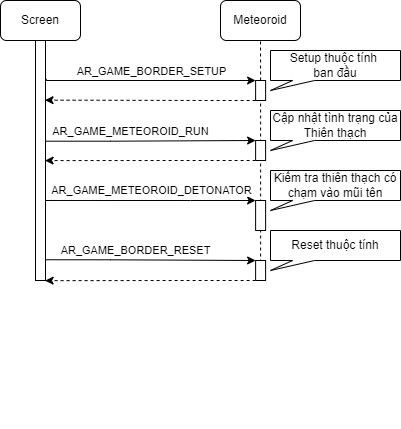
QuocBuu/tai_lieu_archery_game keeps this draw.io diagram as images/meteoroid_sequence.png. Above is the earlier version. Source tidied: cells renumbered, new cells last; positions are measured from the earlier drawing's top-left corner, leaving out a move shared by most shapes.
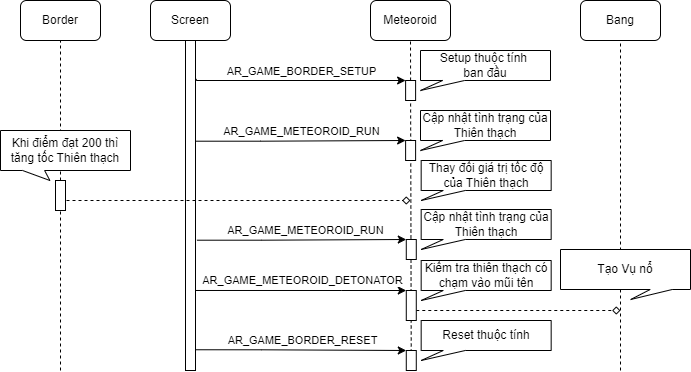
Later version of the same file.

What changed in the source:
```diff
@@ -30,27 +30,26 @@
     <mxCell id="8" style="endArrow=none;dashed=1;html=1;rounded=0;entryX=0.5;entryY=1;entryDx=0;entryDy=0;exitX=0.5;exitY=1;exitDx=0;exitDy=0;" parent="1" edge="1" source="17" target="10">
       <mxGeometry relative="1" as="geometry" />
     </mxCell>
-    <mxCell id="9" style="edgeStyle=orthogonalEdgeStyle;rounded=0;jettySize=auto;html=1;exitX=0;exitY=1;exitDx=0;exitDy=0;entryX=0.953;entryY=0.157;entryDx=0;entryDy=0;entryPerimeter=0;dashed=1;" parent="1" edge="1" source="10">
-      <mxGeometry relative="1" as="geometry">
-        <mxPoint x="44.5" y="99.7" as="targetPoint" />
-        <Array as="points">
-          <mxPoint x="210" y="100" />
-          <mxPoint x="210" y="100" />
-        </Array>
-      </mxGeometry>
-    </mxCell>
     <mxCell id="10" style="rounded=0;whiteSpace=wrap;html=1;" parent="1" vertex="1">
       <mxGeometry x="255.1" y="80" width="10" height="20" as="geometry" />
     </mxCell>
+    <mxCell id="28" style="edgeStyle=orthogonalEdgeStyle;rounded=0;jettySize=auto;html=1;dashed=1;endArrow=diamond;endFill=0;" parent="1" edge="1" source="11">
+      <mxGeometry relative="1" as="geometry">
+        <mxPoint x="470" y="310" as="targetPoint" />
+        <Array as="points">
+          <mxPoint x="470" y="310" />
+        </Array>
+      </mxGeometry>
+    </mxCell>
     <mxCell id="11" style="rounded=0;whiteSpace=wrap;html=1;" parent="1" vertex="1">
-      <mxGeometry x="255.1" y="200" width="10" height="30" as="geometry" />
+      <mxGeometry x="255.8" y="290" width="10" height="30" as="geometry" />
     </mxCell>
     <mxCell id="12" style="edgeStyle=orthogonalEdgeStyle;rounded=0;jettySize=auto;html=1;entryX=0;entryY=0;entryDx=0;entryDy=0;exitX=0.983;exitY=0.421;exitDx=0;exitDy=0;exitPerimeter=0;" parent="1" edge="1" target="11">
       <mxGeometry relative="1" as="geometry">
-        <mxPoint x="44.8" y="200" as="sourcePoint" />
+        <mxPoint x="45.5" y="290" as="sourcePoint" />
         <Array as="points">
-          <mxPoint x="190" y="200" />
-          <mxPoint x="190" y="200" />
+          <mxPoint x="190.7" y="290" />
+          <mxPoint x="190.7" y="290" />
         </Array>
       </mxGeometry>
     </mxCell>
@@ -61,27 +60,19 @@
     </mxCell>
     <mxCell id="14" style="edgeStyle=orthogonalEdgeStyle;rounded=0;jettySize=auto;html=1;entryX=0;entryY=0;entryDx=0;entryDy=0;exitX=0.933;exitY=0.577;exitDx=0;exitDy=0;exitPerimeter=0;" parent="1" edge="1" target="17">
       <mxGeometry relative="1" as="geometry">
-        <mxPoint x="44.3" y="259.3" as="sourcePoint" />
+        <mxPoint x="45" y="349.3" as="sourcePoint" />
         <Array as="points">
-          <mxPoint x="110" y="259" />
+          <mxPoint x="110.7" y="349" />
         </Array>
       </mxGeometry>
     </mxCell>
     <mxCell id="15" value="AR_GAME_BORDER_RESET" style="edgeLabel;html=1;align=center;verticalAlign=middle;" parent="14" vertex="1">
       <mxGeometry x="-0.03" y="-2" relative="1" as="geometry">
-        <mxPoint x="-12" y="-12" as="offset" />
+        <mxPoint x="5" y="-12" as="offset" />
       </mxGeometry>
     </mxCell>
-    <mxCell id="16" style="edgeStyle=orthogonalEdgeStyle;rounded=0;jettySize=auto;html=1;exitX=0;exitY=1;exitDx=0;exitDy=0;dashed=1;entryX=0.961;entryY=0.632;entryDx=0;entryDy=0;entryPerimeter=0;" parent="1" edge="1" source="17">
-      <mxGeometry relative="1" as="geometry">
-        <mxPoint x="44.6" y="280.2" as="targetPoint" />
-        <Array as="points">
-          <mxPoint x="180" y="280" />
-        </Array>
-      </mxGeometry>
-    </mxCell>
     <mxCell id="17" style="rounded=0;whiteSpace=wrap;html=1;" parent="1" vertex="1">
-      <mxGeometry x="255.1" y="260" width="10" height="20" as="geometry" />
+      <mxGeometry x="255.8" y="350" width="10" height="20" as="geometry" />
     </mxCell>
     <mxCell id="18" value="Setup thuộc tính&amp;nbsp;&lt;br&gt;ban đầu" style="shape=callout;whiteSpace=wrap;html=1;perimeter=calloutPerimeter;position2=0;base=22;size=10;position=0.17;" parent="1" vertex="1">
       <mxGeometry x="270" y="50" width="130" height="40" as="geometry" />
@@ -96,17 +87,9 @@
     </mxCell>
     <mxCell id="20" value="AR_GAME_METEOROID_RUN" style="edgeLabel;html=1;align=center;verticalAlign=middle;" parent="19" vertex="1">
       <mxGeometry x="-0.03" y="-2" relative="1" as="geometry">
-        <mxPoint x="-17" y="-12" as="offset" />
+        <mxPoint x="4" y="-12" as="offset" />
       </mxGeometry>
     </mxCell>
-    <mxCell id="21" style="edgeStyle=orthogonalEdgeStyle;rounded=0;jettySize=auto;html=1;exitX=0;exitY=1;exitDx=0;exitDy=0;dashed=1;entryX=0.959;entryY=0.316;entryDx=0;entryDy=0;entryPerimeter=0;" parent="1" edge="1" source="22">
-      <mxGeometry relative="1" as="geometry">
-        <mxPoint x="44.6" y="160.1" as="targetPoint" />
-        <Array as="points">
-          <mxPoint x="180" y="160" />
-        </Array>
-      </mxGeometry>
-    </mxCell>
     <mxCell id="22" style="rounded=0;whiteSpace=wrap;html=1;" parent="1" vertex="1">
       <mxGeometry x="255.1" y="140" width="10" height="20" as="geometry" />
     </mxCell>
@@ -115,18 +98,77 @@
     </mxCell>
     <mxCell id="24" style="edgeStyle=orthogonalEdgeStyle;rounded=0;orthogonalLoop=1;jettySize=auto;html=1;exitX=0.5;exitY=1;exitDx=0;exitDy=0;" parent="1" edge="1">
       <mxGeometry relative="1" as="geometry">
-        <mxPoint x="40" y="420" as="sourcePoint" />
-        <mxPoint x="40" y="420" as="targetPoint" />
+        <mxPoint x="404.2" y="139" as="sourcePoint" />
+        <mxPoint x="404.2" y="139" as="targetPoint" />
       </mxGeometry>
     </mxCell>
     <mxCell id="25" style="rounded=0;whiteSpace=wrap;html=1;" parent="1" vertex="1">
-      <mxGeometry x="35" y="40" width="10" height="240" as="geometry" />
+      <mxGeometry x="35" y="40" width="10" height="330" as="geometry" />
     </mxCell>
     <mxCell id="26" value="Kiểm tra thiên thạch có chạm vào mũi tên" style="shape=callout;whiteSpace=wrap;html=1;perimeter=calloutPerimeter;position2=0;base=22;size=10;position=0.17;" parent="1" vertex="1">
-      <mxGeometry x="270" y="170" width="130" height="40" as="geometry" />
+      <mxGeometry x="270.7" y="260" width="130" height="40" as="geometry" />
     </mxCell>
     <mxCell id="27" value="Reset thuộc tính" style="shape=callout;whiteSpace=wrap;html=1;perimeter=calloutPerimeter;position2=0;base=22;size=10;position=0.17;" parent="1" vertex="1">
-      <mxGeometry x="270" y="230" width="130" height="40" as="geometry" />
+      <mxGeometry x="270.7" y="320" width="130" height="40" as="geometry" />
     </mxCell>
+    <mxCell id="29" value="Border" style="rounded=1;whiteSpace=wrap;html=1;" parent="1" vertex="1">
+      <mxGeometry x="-130" width="80" height="40" as="geometry" />
+    </mxCell>
+    <mxCell id="30" style="endArrow=none;dashed=1;html=1;rounded=0;entryX=0.5;entryY=1;entryDx=0;entryDy=0;" parent="1" edge="1" source="38" target="29">
+      <mxGeometry relative="1" as="geometry" />
+    </mxCell>
+    <mxCell id="31" style="edgeStyle=orthogonalEdgeStyle;rounded=0;jettySize=auto;html=1;entryX=0;entryY=0;entryDx=0;entryDy=0;exitX=1.076;exitY=0.265;exitDx=0;exitDy=0;exitPerimeter=0;" parent="1" edge="1" target="33">
+      <mxGeometry relative="1" as="geometry">
+        <mxPoint x="46.4" y="239.7" as="sourcePoint" />
+        <Array as="points">
+          <mxPoint x="110.7" y="240" />
+        </Array>
+      </mxGeometry>
+    </mxCell>
+    <mxCell id="32" value="AR_GAME_METEOROID_RUN" style="edgeLabel;html=1;align=center;verticalAlign=middle;" parent="31" vertex="1">
+      <mxGeometry x="-0.03" y="-2" relative="1" as="geometry">
+        <mxPoint x="7" y="-12" as="offset" />
+      </mxGeometry>
+    </mxCell>
+    <mxCell id="33" style="rounded=0;whiteSpace=wrap;html=1;" parent="1" vertex="1">
+      <mxGeometry x="255.8" y="239" width="10" height="20" as="geometry" />
+    </mxCell>
+    <mxCell id="34" value="Cập nhật tình trạng của Thiên thạch" style="shape=callout;whiteSpace=wrap;html=1;perimeter=calloutPerimeter;position2=0;base=22;size=10;position=0.17;" parent="1" vertex="1">
+      <mxGeometry x="270.7" y="209" width="130" height="40" as="geometry" />
+    </mxCell>
+    <mxCell id="35" style="edgeStyle=orthogonalEdgeStyle;rounded=0;orthogonalLoop=1;jettySize=auto;html=1;dashed=1;endArrow=diamond;endFill=0;" parent="1" edge="1">
+      <mxGeometry relative="1" as="geometry">
+        <mxPoint x="-90" y="200" as="sourcePoint" />
+        <mxPoint x="260" y="200" as="targetPoint" />
+        <Array as="points">
+          <mxPoint x="-90" y="200" />
+        </Array>
+      </mxGeometry>
+    </mxCell>
+    <mxCell id="36" value="Thay đổi giá trị tốc độ của Thiên thạch" style="shape=callout;whiteSpace=wrap;html=1;perimeter=calloutPerimeter;position2=0;base=22;size=10;position=0.17;" parent="1" vertex="1">
+      <mxGeometry x="270.7" y="160" width="130" height="40" as="geometry" />
+    </mxCell>
+    <mxCell id="37" style="endArrow=none;dashed=1;html=1;rounded=0;entryX=0.5;entryY=1;entryDx=0;entryDy=0;" parent="1" edge="1" target="38">
+      <mxGeometry relative="1" as="geometry">
+        <mxPoint x="-90" y="370" as="sourcePoint" />
+      </mxGeometry>
+    </mxCell>
+    <mxCell id="38" style="rounded=0;whiteSpace=wrap;html=1;" parent="1" vertex="1">
+      <mxGeometry x="-95" y="180" width="10" height="30" as="geometry" />
+    </mxCell>
+    <mxCell id="39" value="Khi điểm đạt 200 thì tăng tốc Thiên thạch" style="shape=callout;whiteSpace=wrap;html=1;perimeter=calloutPerimeter;position2=0.38;base=22;size=10;position=0.17;" parent="1" vertex="1">
+      <mxGeometry x="-150" y="130" width="130" height="50" as="geometry" />
+    </mxCell>
+    <mxCell id="40" value="Bang" style="rounded=1;whiteSpace=wrap;html=1;" parent="1" vertex="1">
+      <mxGeometry x="430" width="80" height="40" as="geometry" />
+    </mxCell>
+    <mxCell id="41" style="endArrow=none;dashed=1;html=1;rounded=0;entryX=0.5;entryY=1;entryDx=0;entryDy=0;" parent="1" edge="1" target="40">
+      <mxGeometry relative="1" as="geometry">
+        <mxPoint x="470" y="370" as="sourcePoint" />
+      </mxGeometry>
+    </mxCell>
+    <mxCell id="42" value="Tạo Vụ nổ" style="shape=callout;whiteSpace=wrap;html=1;perimeter=calloutPerimeter;position2=0.54;base=22;size=10;position=0.69;" parent="1" vertex="1">
+      <mxGeometry x="410" y="249" width="130" height="50" as="geometry" />
+    </mxCell>
   </root>
 </mxGraphModel>
```
